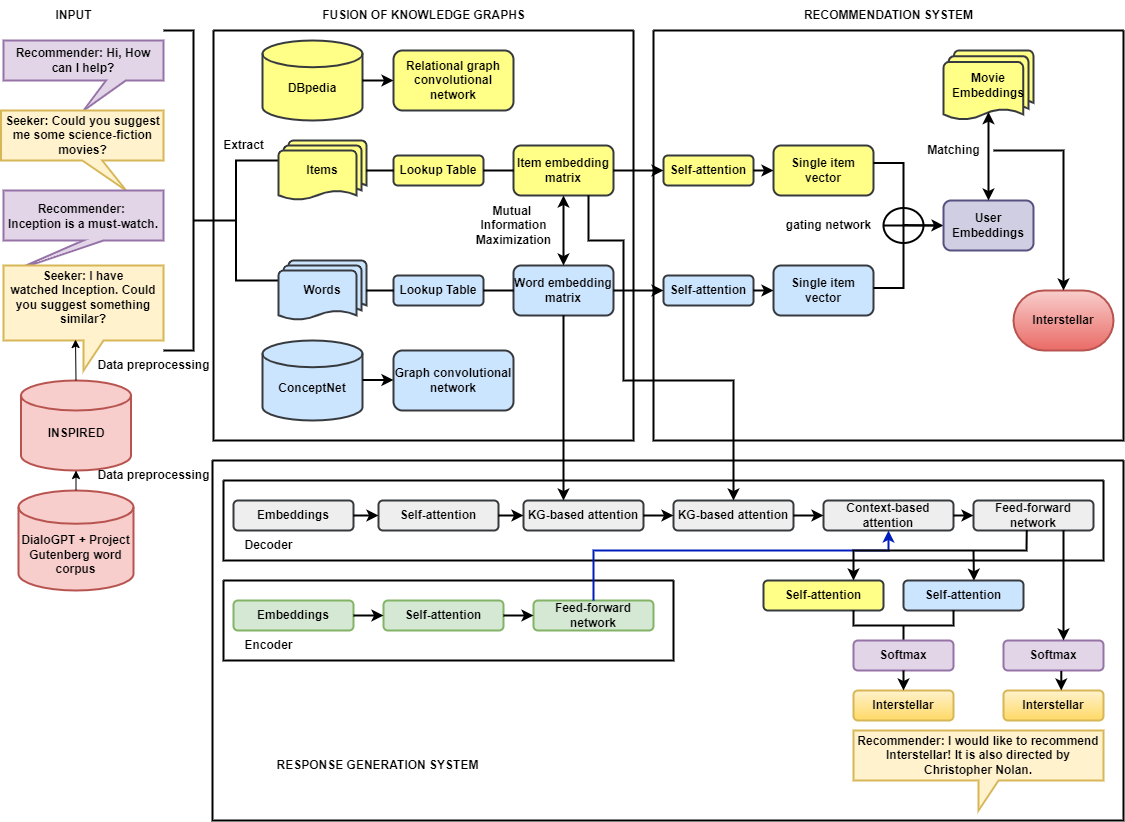
Earlier version of the draw.io export Figure1again.png (Tamizh2907/KGSF---movie-recommender-system). Source tidied: cells renumbered, new cells last; positions are measured from the earlier drawing's top-left corner, leaving out a move shared by most shapes.
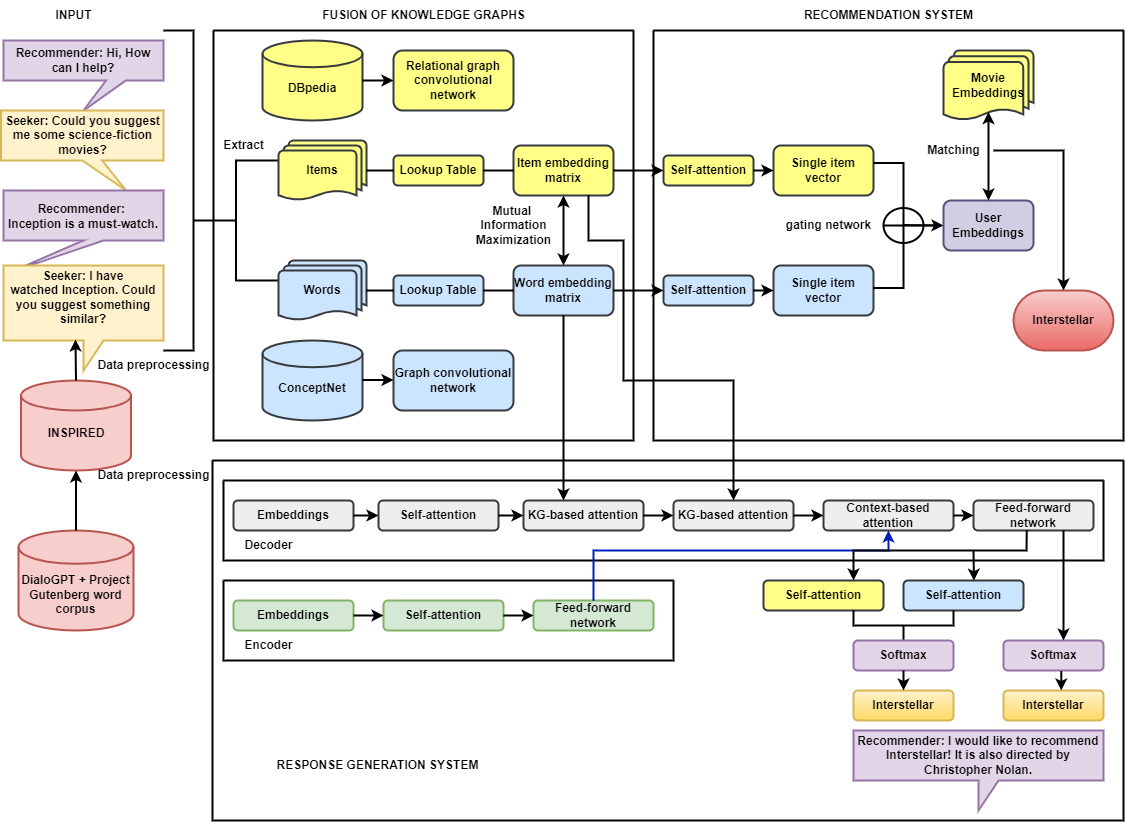
The same file after the commit.

Diff of the diagram source:
```diff
@@ -21,15 +21,15 @@
       <mxGeometry x="42" width="60" height="30" as="geometry" />
     </mxCell>
     <mxCell id="8" value="&lt;b&gt;&lt;br&gt;&lt;br&gt;DialoGPT + Project Gutenberg word corpus&lt;/b&gt;" style="strokeWidth=2;html=1;shape=mxgraph.flowchart.database;whiteSpace=wrap;fillColor=#f8cecc;strokeColor=#b85450;" parent="1" vertex="1">
-      <mxGeometry x="17" y="490" width="115" height="100" as="geometry" />
+      <mxGeometry x="17" y="530" width="115" height="100" as="geometry" />
     </mxCell>
-    <mxCell id="9" style="endArrow=classic;html=1;rounded=0;exitX=0.5;exitY=0;exitDx=0;exitDy=0;exitPerimeter=0;" parent="1" edge="1" source="8" target="4">
+    <mxCell id="9" style="endArrow=classic;html=1;rounded=0;exitX=0.5;exitY=0;exitDx=0;exitDy=0;exitPerimeter=0;strokeWidth=2;" parent="1" edge="1" source="8" target="4">
       <mxGeometry relative="1" as="geometry" />
     </mxCell>
     <mxCell id="10" value="&lt;b&gt;Data preprocessing&lt;/b&gt;" style="text;html=1;align=center;verticalAlign=middle;strokeColor=none;fillColor=none;" parent="1" vertex="1">
       <mxGeometry x="82" y="460" width="140" height="30" as="geometry" />
     </mxCell>
-    <mxCell id="11" style="endArrow=classic;html=1;rounded=0;exitX=0.5;exitY=0;exitDx=0;exitDy=0;exitPerimeter=0;entryX=0.45;entryY=0.705;entryDx=0;entryDy=0;entryPerimeter=0;" parent="1" edge="1" source="4" target="6">
+    <mxCell id="11" style="endArrow=classic;html=1;rounded=0;exitX=0.5;exitY=0;exitDx=0;exitDy=0;exitPerimeter=0;entryX=0.45;entryY=0.705;entryDx=0;entryDy=0;entryPerimeter=0;strokeWidth=2;" parent="1" edge="1" source="4" target="6">
       <mxGeometry relative="1" as="geometry" />
     </mxCell>
     <mxCell id="12" value="&lt;b&gt;Data preprocessing&lt;/b&gt;" style="text;html=1;align=center;verticalAlign=middle;strokeColor=none;fillColor=none;" parent="1" vertex="1">
@@ -302,7 +302,7 @@
     <mxCell id="90" style="endArrow=classic;html=1;rounded=0;strokeWidth=2;exitX=0.578;exitY=1.016;exitDx=0;exitDy=0;exitPerimeter=0;entryX=0.578;entryY=0;entryDx=0;entryDy=0;entryPerimeter=0;" parent="1" edge="1" source="85" target="88">
       <mxGeometry relative="1" as="geometry" />
     </mxCell>
-    <mxCell id="91" value="&lt;b&gt;Recommender: I would like to recommend Interstellar! It is also directed by Christopher Nolan.&lt;/b&gt;" style="shape=callout;whiteSpace=wrap;html=1;perimeter=calloutPerimeter;strokeWidth=2;fillColor=#fff2cc;strokeColor=#d6b656;" parent="1" vertex="1">
+    <mxCell id="91" value="&lt;b&gt;Recommender: I would like to recommend Interstellar! It is also directed by Christopher Nolan.&lt;/b&gt;" style="shape=callout;whiteSpace=wrap;html=1;perimeter=calloutPerimeter;strokeWidth=2;fillColor=#e1d5e7;strokeColor=#9673a6;" parent="1" vertex="1">
       <mxGeometry x="852" y="730" width="250" height="80" as="geometry" />
     </mxCell>
     <mxCell id="92" style="swimlane;startSize=0;strokeWidth=2;" parent="1" vertex="1">
```
